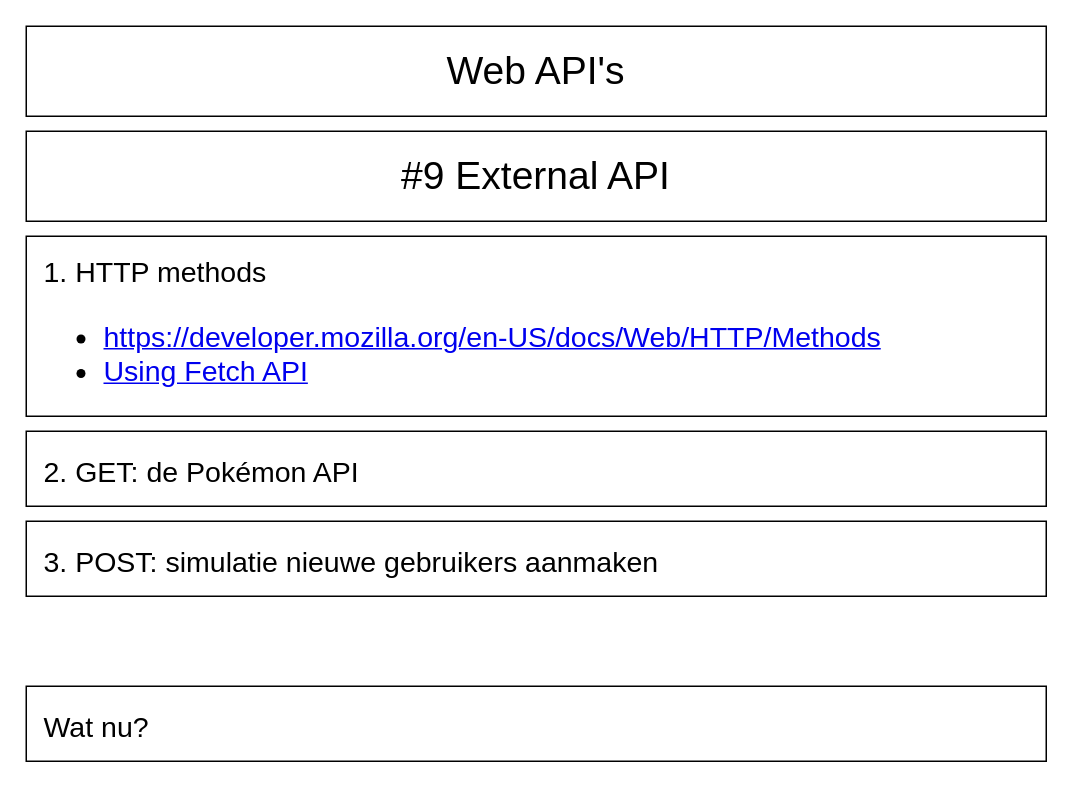
Before: page "External API" (11 of 11) of schemes/web-apis.drawio in timdpaep/screencast-assets, a draw.io diagram. Source tidied: cells renumbered, new cells numbered last; positions are measured from the earlier drawing's top-left corner, leaving out a move shared by most shapes. Both pictures are drawn from the tidied source at 150%, with x=0, y=0 at pixel (26, 26).
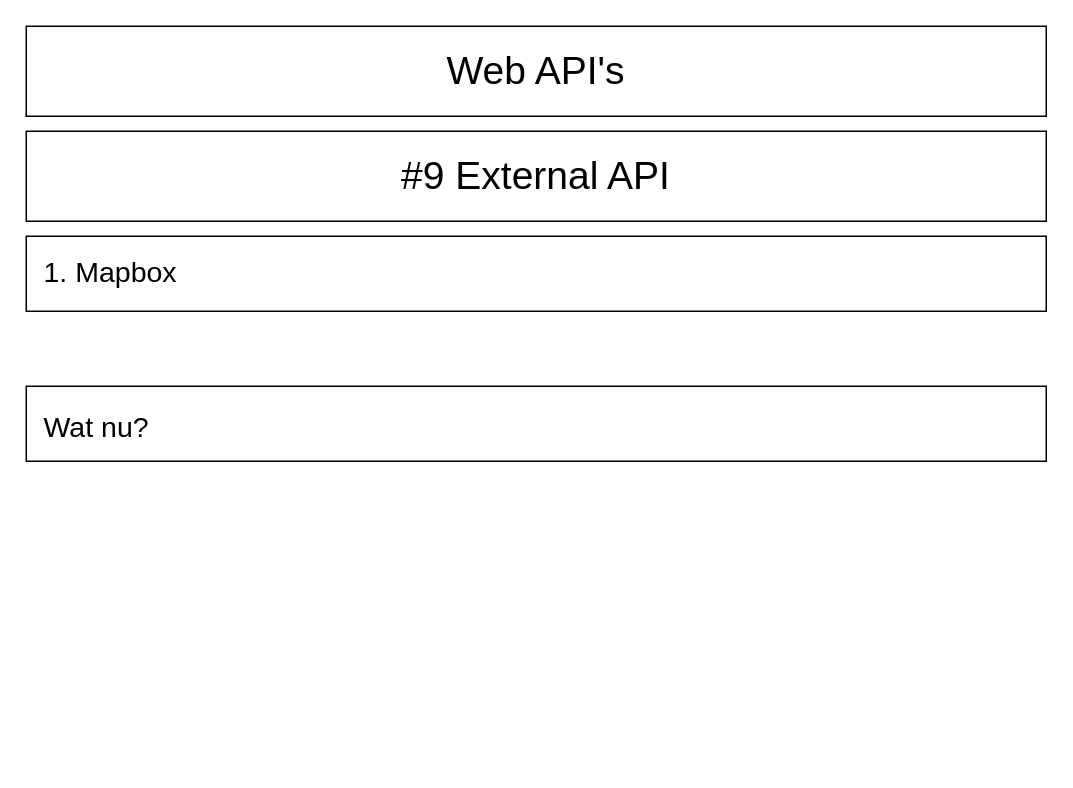
Above is the later version.

Change to the diagram source:
```diff
@@
 <mxGraphModel>
   <root>
     <mxCell id="0" />
     <mxCell id="1" parent="0" />
     <mxCell id="2" value="Web API's" style="rounded=0;whiteSpace=wrap;html=1;fontSize=26;" parent="1" vertex="1">
       <mxGeometry width="680" height="60" as="geometry" />
     </mxCell>
-    <mxCell id="3" value="&lt;font style=&quot;font-size: 19px&quot;&gt;&lt;span style=&quot;font-size: 19px&quot;&gt;1. HTTP methods&lt;/span&gt;&lt;br&gt;&lt;ul&gt;&lt;li&gt;&lt;font&gt;&lt;span style=&quot;font-size: 19px&quot;&gt;&lt;a href=&quot;https://developer.mozilla.org/en-US/docs/Web/HTTP/Methods&quot;&gt;https://developer.mozilla.org/en-US/docs/Web/HTTP/Methods&lt;/a&gt;&lt;/span&gt;&lt;/font&gt;&lt;/li&gt;&lt;li&gt;&lt;font style=&quot;font-size: 19px&quot;&gt;&lt;font style=&quot;font-size: 19px&quot;&gt;&lt;a href=&quot;https://developer.mozilla.org/en-US/docs/Web/API/Fetch_API/Using_Fetch&quot;&gt;Using Fetch API&lt;/a&gt;&lt;/font&gt;&lt;/font&gt;&lt;/li&gt;&lt;/ul&gt;&lt;br&gt;&lt;/font&gt;" style="rounded=0;whiteSpace=wrap;html=1;fontSize=26;align=left;spacingLeft=10;verticalAlign=top;" parent="1" vertex="1">
-      <mxGeometry y="140" width="680" height="120" as="geometry" />
+    <mxCell id="3" value="&lt;font style=&quot;font-size: 19px&quot;&gt;&lt;span style=&quot;font-size: 19px&quot;&gt;1. Mapbox&lt;/span&gt;&lt;br&gt;&lt;/font&gt;" style="rounded=0;whiteSpace=wrap;html=1;fontSize=26;align=left;spacingLeft=10;verticalAlign=top;" parent="1" vertex="1">
+      <mxGeometry y="140" width="680" height="50" as="geometry" />
     </mxCell>
     <mxCell id="4" value="#9 External API" style="rounded=0;whiteSpace=wrap;html=1;fontSize=26;" parent="1" vertex="1">
       <mxGeometry y="70" width="680" height="60" as="geometry" />
     </mxCell>
-    <mxCell id="5" value="&lt;font style=&quot;font-size: 19px&quot;&gt;2. GET: de Pokémon API&lt;br&gt;&lt;/font&gt;" style="rounded=0;whiteSpace=wrap;html=1;fontSize=26;align=left;spacingLeft=10;" parent="1" vertex="1">
-      <mxGeometry y="270" width="680" height="50" as="geometry" />
-    </mxCell>
     <mxCell id="6" value="&lt;font style=&quot;font-size: 19px&quot;&gt;Wat nu?&lt;br&gt;&lt;/font&gt;" style="rounded=0;whiteSpace=wrap;html=1;fontSize=26;align=left;spacingLeft=10;" parent="1" vertex="1">
-      <mxGeometry y="440" width="680" height="50" as="geometry" />
+      <mxGeometry y="240" width="680" height="50" as="geometry" />
     </mxCell>
-    <mxCell id="7" value="&lt;font style=&quot;font-size: 19px&quot;&gt;3. POST: simulatie nieuwe gebruikers aanmaken&amp;nbsp;&lt;br&gt;&lt;/font&gt;" style="rounded=0;whiteSpace=wrap;html=1;fontSize=26;align=left;spacingLeft=10;" parent="1" vertex="1">
-      <mxGeometry y="330" width="680" height="50" as="geometry" />
-    </mxCell>
   </root>
 </mxGraphModel>
```
